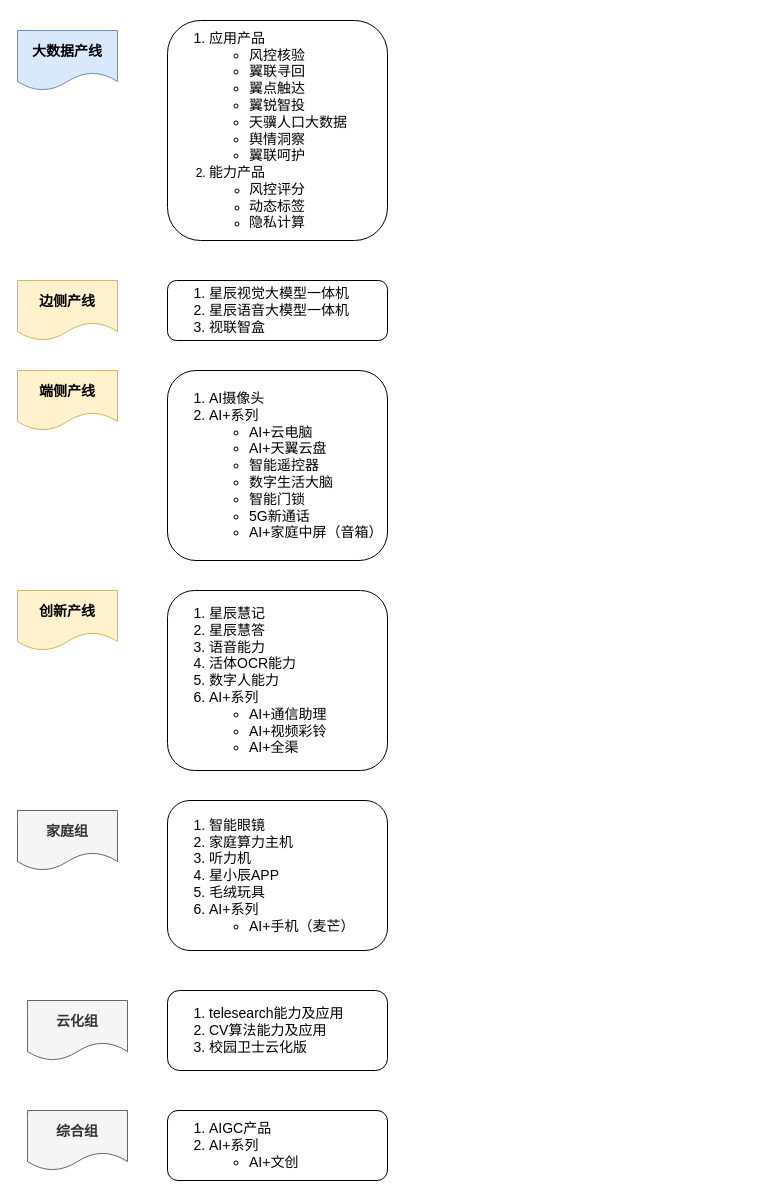
Earlier version of the draw.io diagram 产线产品对应.drawio (JQLIANG77/drowio). Source tidied: cells renumbered, new cells numbered last; positions are measured from the earlier drawing's top-left corner, leaving out a move shared by most shapes. Both pictures are drawn from the tidied source at 100%, with x=0, y=0 at pixel (17, 20).
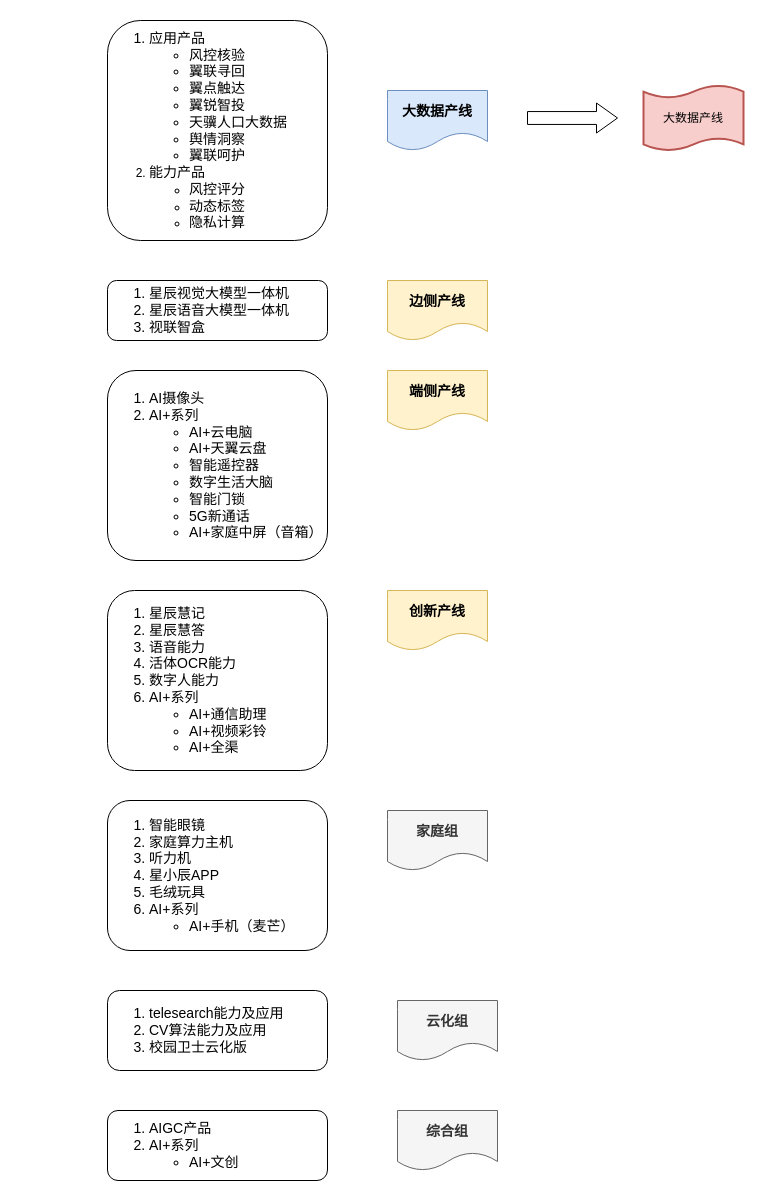
The same diagram, later.

Commit message (it also covers changes not shown here):
更新产线产品对应.drawio

The edit, as a diff of the source:
```diff
@@
 <mxGraphModel>
   <root>
     <mxCell id="0" />
     <mxCell id="1" parent="0" />
     <mxCell id="2" value="&lt;font style=&quot;font-size: 14px;&quot;&gt;&lt;b&gt;边侧产线&lt;/b&gt;&lt;/font&gt;" style="shape=document;whiteSpace=wrap;html=1;boundedLbl=1;fillColor=#fff2cc;strokeColor=#d6b656;" parent="1" vertex="1">
-      <mxGeometry y="260" width="100" height="60" as="geometry" />
+      <mxGeometry x="370" y="260" width="100" height="60" as="geometry" />
     </mxCell>
     <mxCell id="3" value="&lt;ol style=&quot;font-size: 14px;&quot;&gt;&lt;li&gt;星辰视觉大模型一体机&lt;/li&gt;&lt;li&gt;星辰语音大模型一体机&lt;/li&gt;&lt;li&gt;视联智盒&lt;/li&gt;&lt;/ol&gt;" style="rounded=1;whiteSpace=wrap;html=1;align=left;" parent="1" vertex="1">
-      <mxGeometry x="150" y="260" width="220" height="60" as="geometry" />
+      <mxGeometry x="90" y="260" width="220" height="60" as="geometry" />
     </mxCell>
     <mxCell id="4" value="&lt;font style=&quot;font-size: 14px;&quot;&gt;&lt;b&gt;端侧产线&lt;/b&gt;&lt;/font&gt;" style="shape=document;whiteSpace=wrap;html=1;boundedLbl=1;fillColor=#fff2cc;strokeColor=#d6b656;" parent="1" vertex="1">
-      <mxGeometry y="350" width="100" height="60" as="geometry" />
+      <mxGeometry x="370" y="350" width="100" height="60" as="geometry" />
     </mxCell>
     <mxCell id="5" value="&lt;ol style=&quot;font-size: 14px;&quot;&gt;&lt;li style=&quot;&quot;&gt;AI摄像头&lt;/li&gt;&lt;li style=&quot;&quot;&gt;AI+系列&lt;/li&gt;&lt;ul&gt;&lt;li style=&quot;&quot;&gt;&lt;span style=&quot;&quot;&gt;AI+云电脑&lt;/span&gt;&lt;/li&gt;&lt;li style=&quot;&quot;&gt;&lt;span style=&quot;&quot;&gt;AI+天翼云盘&lt;/span&gt;&lt;/li&gt;&lt;li style=&quot;&quot;&gt;&lt;span style=&quot;&quot;&gt;智能遥控器&lt;/span&gt;&lt;/li&gt;&lt;li style=&quot;&quot;&gt;&lt;span style=&quot;&quot;&gt;数字生活大脑&lt;/span&gt;&lt;/li&gt;&lt;li style=&quot;&quot;&gt;&lt;span style=&quot;&quot;&gt;智能门锁&lt;/span&gt;&lt;/li&gt;&lt;li style=&quot;&quot;&gt;&lt;span style=&quot;&quot;&gt;5G新通话&lt;/span&gt;&lt;/li&gt;&lt;li style=&quot;&quot;&gt;&lt;span style=&quot;&quot;&gt;AI+家庭中屏（音箱）&lt;/span&gt;&lt;/li&gt;&lt;/ul&gt;&lt;/ol&gt;" style="rounded=1;whiteSpace=wrap;html=1;align=left;" parent="1" vertex="1">
-      <mxGeometry x="150" y="350" width="220" height="190" as="geometry" />
+      <mxGeometry x="90" y="350" width="220" height="190" as="geometry" />
     </mxCell>
     <mxCell id="6" value="&lt;font style=&quot;font-size: 14px;&quot;&gt;&lt;b&gt;创新产线&lt;/b&gt;&lt;/font&gt;" style="shape=document;whiteSpace=wrap;html=1;boundedLbl=1;fillColor=#fff2cc;strokeColor=#d6b656;" parent="1" vertex="1">
-      <mxGeometry y="570" width="100" height="60" as="geometry" />
+      <mxGeometry x="370" y="570" width="100" height="60" as="geometry" />
     </mxCell>
     <mxCell id="7" value="&lt;ol style=&quot;font-size: 14px;&quot;&gt;&lt;li&gt;星辰慧记&lt;/li&gt;&lt;li&gt;星辰慧答&lt;/li&gt;&lt;li&gt;语音能力&lt;/li&gt;&lt;li&gt;活体OCR能力&lt;/li&gt;&lt;li&gt;数字人能力&lt;/li&gt;&lt;li&gt;AI+系列&lt;/li&gt;&lt;ul&gt;&lt;li&gt;AI+通信助理&lt;/li&gt;&lt;li&gt;AI+视频彩铃&lt;/li&gt;&lt;li&gt;AI+全渠&lt;/li&gt;&lt;/ul&gt;&lt;/ol&gt;" style="rounded=1;whiteSpace=wrap;html=1;align=left;" parent="1" vertex="1">
-      <mxGeometry x="150" y="570" width="220" height="180" as="geometry" />
+      <mxGeometry x="90" y="570" width="220" height="180" as="geometry" />
     </mxCell>
     <mxCell id="8" value="&lt;font style=&quot;font-size: 14px;&quot;&gt;&lt;b&gt;家庭组&lt;/b&gt;&lt;/font&gt;" style="shape=document;whiteSpace=wrap;html=1;boundedLbl=1;fillColor=#f5f5f5;fontColor=#333333;strokeColor=#666666;" parent="1" vertex="1">
-      <mxGeometry y="790" width="100" height="60" as="geometry" />
+      <mxGeometry x="370" y="790" width="100" height="60" as="geometry" />
     </mxCell>
     <mxCell id="9" value="&lt;ol style=&quot;font-size: 14px;&quot;&gt;&lt;li&gt;智能眼镜&lt;/li&gt;&lt;li&gt;家庭算力主机&lt;/li&gt;&lt;li&gt;听力机&lt;/li&gt;&lt;li&gt;星小辰APP&lt;/li&gt;&lt;li&gt;毛绒玩具&lt;/li&gt;&lt;li&gt;AI+系列&lt;/li&gt;&lt;ul&gt;&lt;li&gt;AI+手机（麦芒）&lt;/li&gt;&lt;/ul&gt;&lt;/ol&gt;" style="rounded=1;whiteSpace=wrap;html=1;align=left;" parent="1" vertex="1">
-      <mxGeometry x="150" y="780" width="220" height="150" as="geometry" />
+      <mxGeometry x="90" y="780" width="220" height="150" as="geometry" />
     </mxCell>
     <mxCell id="10" value="&lt;font style=&quot;font-size: 14px;&quot;&gt;&lt;b&gt;综合组&lt;/b&gt;&lt;/font&gt;" style="shape=document;whiteSpace=wrap;html=1;boundedLbl=1;fillColor=#f5f5f5;fontColor=#333333;strokeColor=#666666;" parent="1" vertex="1">
-      <mxGeometry x="10" y="1090" width="100" height="60" as="geometry" />
+      <mxGeometry x="380" y="1090" width="100" height="60" as="geometry" />
     </mxCell>
     <mxCell id="11" value="&lt;ol style=&quot;font-size: 14px;&quot;&gt;&lt;li&gt;telesearch能力及应用&lt;/li&gt;&lt;li&gt;CV算法能力及应用&lt;/li&gt;&lt;li&gt;校园卫士云化版&lt;/li&gt;&lt;/ol&gt;" style="rounded=1;whiteSpace=wrap;html=1;align=left;" parent="1" vertex="1">
-      <mxGeometry x="150" y="970" width="220" height="80" as="geometry" />
+      <mxGeometry x="90" y="970" width="220" height="80" as="geometry" />
     </mxCell>
     <mxCell id="12" value="&lt;font style=&quot;font-size: 14px;&quot;&gt;&lt;b&gt;云化组&lt;/b&gt;&lt;/font&gt;" style="shape=document;whiteSpace=wrap;html=1;boundedLbl=1;fillColor=#f5f5f5;fontColor=#333333;strokeColor=#666666;" parent="1" vertex="1">
-      <mxGeometry x="10" y="980" width="100" height="60" as="geometry" />
+      <mxGeometry x="380" y="980" width="100" height="60" as="geometry" />
     </mxCell>
     <mxCell id="13" value="&lt;ol style=&quot;font-size: 14px;&quot;&gt;&lt;li&gt;AIGC产品&lt;/li&gt;&lt;li&gt;AI+系列&lt;/li&gt;&lt;ul&gt;&lt;li&gt;AI+文创&lt;/li&gt;&lt;/ul&gt;&lt;/ol&gt;" style="rounded=1;whiteSpace=wrap;html=1;align=left;" parent="1" vertex="1">
-      <mxGeometry x="150" y="1090" width="220" height="70" as="geometry" />
+      <mxGeometry x="90" y="1090" width="220" height="70" as="geometry" />
     </mxCell>
     <mxCell id="14" value="&lt;font style=&quot;font-size: 14px;&quot;&gt;&lt;b&gt;大数据产线&lt;/b&gt;&lt;/font&gt;" style="shape=document;whiteSpace=wrap;html=1;boundedLbl=1;fillColor=#dae8fc;strokeColor=#6c8ebf;" parent="1" vertex="1">
-      <mxGeometry y="10" width="100" height="60" as="geometry" />
+      <mxGeometry x="370" y="70" width="100" height="60" as="geometry" />
     </mxCell>
     <mxCell id="15" value="&lt;ol style=&quot;&quot;&gt;&lt;li style=&quot;font-size: 14px;&quot;&gt;应用产品&lt;/li&gt;&lt;ul style=&quot;font-size: 14px;&quot;&gt;&lt;li&gt;风控核验&lt;/li&gt;&lt;li&gt;翼联寻回&lt;/li&gt;&lt;li&gt;翼点触达&lt;/li&gt;&lt;li&gt;翼锐智投&lt;/li&gt;&lt;li&gt;天骥人口大数据&lt;/li&gt;&lt;li&gt;舆情洞察&lt;/li&gt;&lt;li&gt;翼联呵护&lt;/li&gt;&lt;/ul&gt;&lt;li style=&quot;&quot;&gt;&lt;span style=&quot;font-size: 14px;&quot;&gt;能力产品&lt;/span&gt;&lt;/li&gt;&lt;ul&gt;&lt;li style=&quot;&quot;&gt;&lt;span style=&quot;font-size: 14px;&quot;&gt;风控评分&lt;/span&gt;&lt;/li&gt;&lt;li style=&quot;&quot;&gt;&lt;span style=&quot;font-size: 14px;&quot;&gt;动态标签&lt;/span&gt;&lt;/li&gt;&lt;li style=&quot;&quot;&gt;&lt;span style=&quot;font-size: 14px;&quot;&gt;隐私计算&lt;/span&gt;&lt;/li&gt;&lt;/ul&gt;&lt;/ol&gt;" style="rounded=1;whiteSpace=wrap;html=1;align=left;" parent="1" vertex="1">
-      <mxGeometry x="150" width="220" height="220" as="geometry" />
+      <mxGeometry x="90" width="220" height="220" as="geometry" />
     </mxCell>
+    <mxCell id="16" value="大数据产线" style="shape=tape;whiteSpace=wrap;html=1;strokeWidth=2;size=0.19;fillColor=#f8cecc;strokeColor=#b85450;" parent="1" vertex="1">
+      <mxGeometry x="626" y="65" width="100" height="65" as="geometry" />
+    </mxCell>
+    <mxCell id="17" style="html=1;shadow=0;dashed=0;align=center;verticalAlign=middle;shape=mxgraph.arrows2.arrow;dy=0.57;dx=21;notch=0;" parent="1" vertex="1">
+      <mxGeometry x="510" y="82.5" width="90" height="30" as="geometry" />
+    </mxCell>
   </root>
 </mxGraphModel>
```
